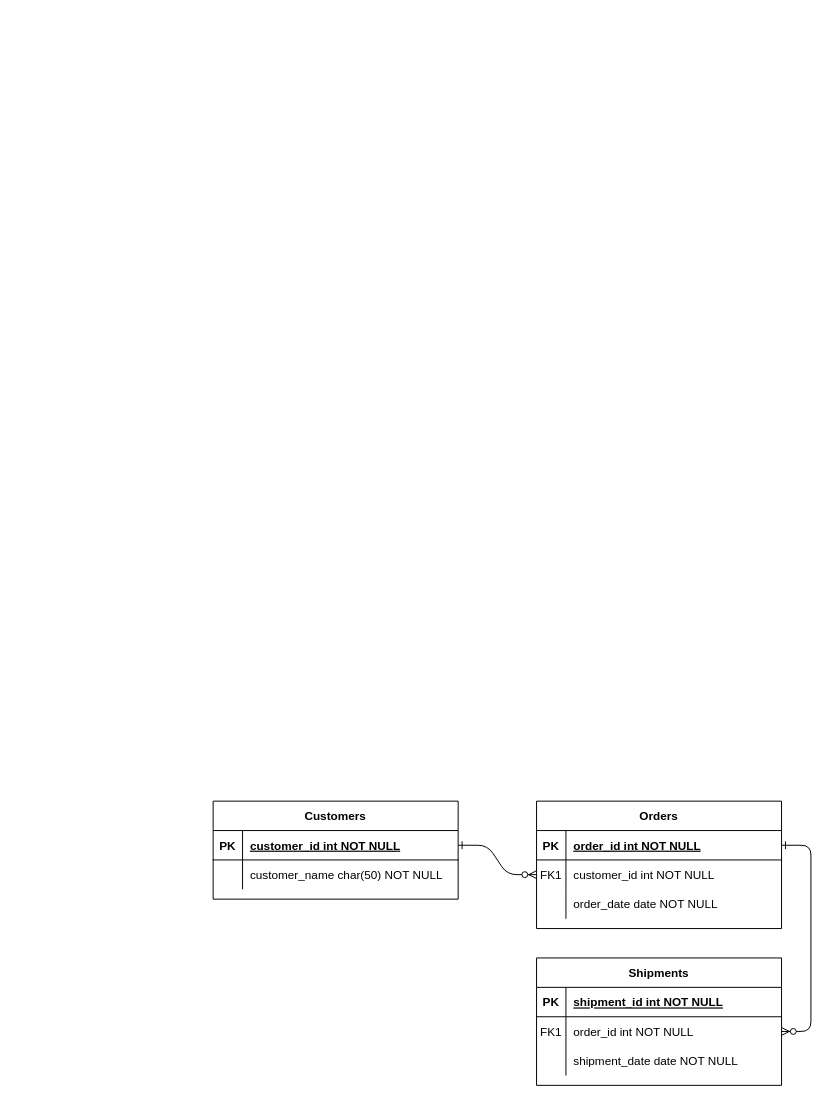
Kito-vini/mod-bd keeps this draw.io diagram as Diagrama sem título.drawio. Above is the earlier version. Source tidied: cells renumbered, new cells numbered last; positions are measured from the earlier drawing's top-left corner, leaving out a move shared by most shapes. Both pictures are drawn from the tidied source at 98%, with x=0, y=0 at pixel (213, 801).
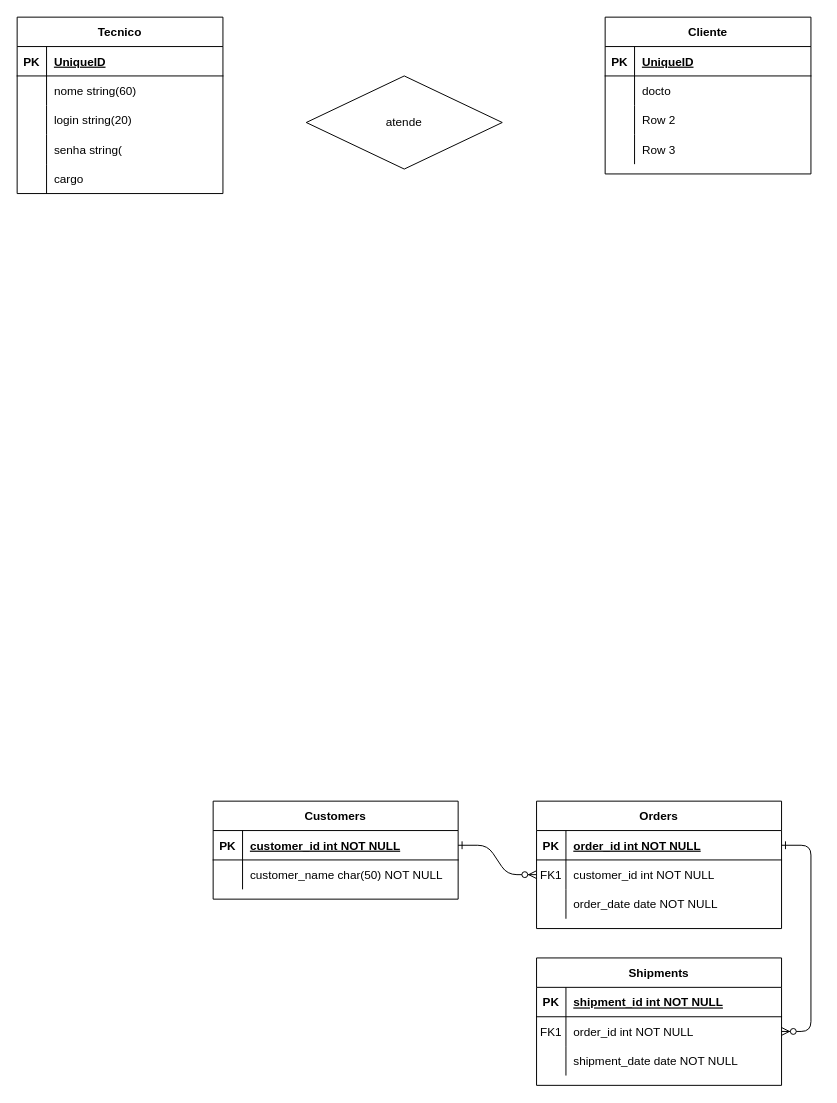
The same page after the edit.

Commit message:
mod_aula4

The edit, as a diff of the source:
```diff
@@
+    <mxCell id="31" value="Tecnico" style="shape=table;startSize=30;childLayout=tableLayout;rowLines=0;fontStyle=1;align=center;" parent="1" vertex="1">
+      <mxGeometry x="-200" y="-800" width="210" height="180" as="geometry" />
+    </mxCell>
+    <mxCell id="32" style="shape=partialRectangle;fillColor=none;top=0;left=0;bottom=1;right=0;" parent="31" vertex="1">
+      <mxGeometry y="30" width="210" height="30" as="geometry" />
+    </mxCell>
+    <mxCell id="33" value="PK" style="shape=partialRectangle;fillColor=none;top=0;left=0;bottom=0;right=0;fontStyle=1;overflow=hidden;" parent="32" vertex="1">
+      <mxGeometry width="30" height="30" as="geometry" />
+    </mxCell>
+    <mxCell id="34" value="UniqueID" style="shape=partialRectangle;fillColor=none;top=0;left=0;bottom=0;right=0;align=left;spacingLeft=6;fontStyle=5;overflow=hidden;" parent="32" vertex="1">
+      <mxGeometry x="30" width="180" height="30" as="geometry" />
+    </mxCell>
+    <mxCell id="35" style="shape=partialRectangle;fillColor=none;top=0;left=0;bottom=0;right=0;" parent="31" vertex="1">
+      <mxGeometry y="60" width="210" height="30" as="geometry" />
+    </mxCell>
+    <mxCell id="36" style="shape=partialRectangle;fillColor=none;top=0;left=0;bottom=0;right=0;overflow=hidden;" parent="35" vertex="1">
+      <mxGeometry width="30" height="30" as="geometry" />
+    </mxCell>
+    <mxCell id="37" value="nome string(60)" style="shape=partialRectangle;fillColor=none;top=0;left=0;bottom=0;right=0;align=left;spacingLeft=6;overflow=hidden;" parent="35" vertex="1">
+      <mxGeometry x="30" width="180" height="30" as="geometry" />
+    </mxCell>
+    <mxCell id="38" style="shape=partialRectangle;fillColor=none;top=0;left=0;bottom=0;right=0;" parent="31" vertex="1">
+      <mxGeometry y="90" width="210" height="30" as="geometry" />
+    </mxCell>
+    <mxCell id="39" style="shape=partialRectangle;fillColor=none;top=0;left=0;bottom=0;right=0;overflow=hidden;" parent="38" vertex="1">
+      <mxGeometry width="30" height="30" as="geometry" />
+    </mxCell>
+    <mxCell id="40" value="login string(20)" style="shape=partialRectangle;fillColor=none;top=0;left=0;bottom=0;right=0;align=left;spacingLeft=6;overflow=hidden;" parent="38" vertex="1">
+      <mxGeometry x="30" width="180" height="30" as="geometry" />
+    </mxCell>
+    <mxCell id="41" style="shape=partialRectangle;fillColor=none;top=0;left=0;bottom=0;right=0;" parent="31" vertex="1">
+      <mxGeometry y="120" width="210" height="30" as="geometry" />
+    </mxCell>
+    <mxCell id="42" style="shape=partialRectangle;fillColor=none;top=0;left=0;bottom=0;right=0;overflow=hidden;" parent="41" vertex="1">
+      <mxGeometry width="30" height="30" as="geometry" />
+    </mxCell>
+    <mxCell id="43" value="senha string(" style="shape=partialRectangle;fillColor=none;top=0;left=0;bottom=0;right=0;align=left;spacingLeft=6;overflow=hidden;" parent="41" vertex="1">
+      <mxGeometry x="30" width="180" height="30" as="geometry" />
+    </mxCell>
+    <mxCell id="44" style="shape=partialRectangle;fillColor=none;top=0;left=0;bottom=0;right=0;" parent="31" vertex="1">
+      <mxGeometry y="150" width="210" height="30" as="geometry" />
+    </mxCell>
+    <mxCell id="45" style="shape=partialRectangle;fillColor=none;top=0;left=0;bottom=0;right=0;overflow=hidden;" parent="44" vertex="1">
+      <mxGeometry width="30" height="30" as="geometry" />
+    </mxCell>
+    <mxCell id="46" value="cargo" style="shape=partialRectangle;fillColor=none;top=0;left=0;bottom=0;right=0;align=left;spacingLeft=6;overflow=hidden;" parent="44" vertex="1">
+      <mxGeometry x="30" width="180" height="30" as="geometry" />
+    </mxCell>
+    <mxCell id="47" value="atende" style="shape=rhombus;perimeter=rhombusPerimeter;whiteSpace=wrap;html=1;align=center;" parent="1" vertex="1">
+      <mxGeometry x="95" y="-740" width="200" height="95" as="geometry" />
+    </mxCell>
+    <mxCell id="48" value="Cliente" style="shape=table;startSize=30;childLayout=tableLayout;rowLines=0;fontStyle=1;align=center;" parent="1" vertex="1">
+      <mxGeometry x="400" y="-800" width="210" height="160" as="geometry" />
+    </mxCell>
+    <mxCell id="49" style="shape=partialRectangle;fillColor=none;top=0;left=0;bottom=1;right=0;" parent="48" vertex="1">
+      <mxGeometry y="30" width="210" height="30" as="geometry" />
+    </mxCell>
+    <mxCell id="50" value="PK" style="shape=partialRectangle;fillColor=none;top=0;left=0;bottom=0;right=0;fontStyle=1;overflow=hidden;" parent="49" vertex="1">
+      <mxGeometry width="30" height="30" as="geometry" />
+    </mxCell>
+    <mxCell id="51" value="UniqueID" style="shape=partialRectangle;fillColor=none;top=0;left=0;bottom=0;right=0;align=left;spacingLeft=6;fontStyle=5;overflow=hidden;" parent="49" vertex="1">
+      <mxGeometry x="30" width="180" height="30" as="geometry" />
+    </mxCell>
+    <mxCell id="52" style="shape=partialRectangle;fillColor=none;top=0;left=0;bottom=0;right=0;" parent="48" vertex="1">
+      <mxGeometry y="60" width="210" height="30" as="geometry" />
+    </mxCell>
+    <mxCell id="53" style="shape=partialRectangle;fillColor=none;top=0;left=0;bottom=0;right=0;overflow=hidden;" parent="52" vertex="1">
+      <mxGeometry width="30" height="30" as="geometry" />
+    </mxCell>
+    <mxCell id="54" value="docto" style="shape=partialRectangle;fillColor=none;top=0;left=0;bottom=0;right=0;align=left;spacingLeft=6;overflow=hidden;" parent="52" vertex="1">
+      <mxGeometry x="30" width="180" height="30" as="geometry" />
+    </mxCell>
+    <mxCell id="55" style="shape=partialRectangle;fillColor=none;top=0;left=0;bottom=0;right=0;" parent="48" vertex="1">
+      <mxGeometry y="90" width="210" height="30" as="geometry" />
+    </mxCell>
+    <mxCell id="56" style="shape=partialRectangle;fillColor=none;top=0;left=0;bottom=0;right=0;overflow=hidden;" parent="55" vertex="1">
+      <mxGeometry width="30" height="30" as="geometry" />
+    </mxCell>
+    <mxCell id="57" value="Row 2" style="shape=partialRectangle;fillColor=none;top=0;left=0;bottom=0;right=0;align=left;spacingLeft=6;overflow=hidden;" parent="55" vertex="1">
+      <mxGeometry x="30" width="180" height="30" as="geometry" />
+    </mxCell>
+    <mxCell id="58" style="shape=partialRectangle;fillColor=none;top=0;left=0;bottom=0;right=0;" parent="48" vertex="1">
+      <mxGeometry y="120" width="210" height="30" as="geometry" />
+    </mxCell>
+    <mxCell id="59" style="shape=partialRectangle;fillColor=none;top=0;left=0;bottom=0;right=0;overflow=hidden;" parent="58" vertex="1">
+      <mxGeometry width="30" height="30" as="geometry" />
+    </mxCell>
+    <mxCell id="60" value="Row 3" style="shape=partialRectangle;fillColor=none;top=0;left=0;bottom=0;right=0;align=left;spacingLeft=6;overflow=hidden;" parent="58" vertex="1">
+      <mxGeometry x="30" width="180" height="30" as="geometry" />
+    </mxCell>
```
